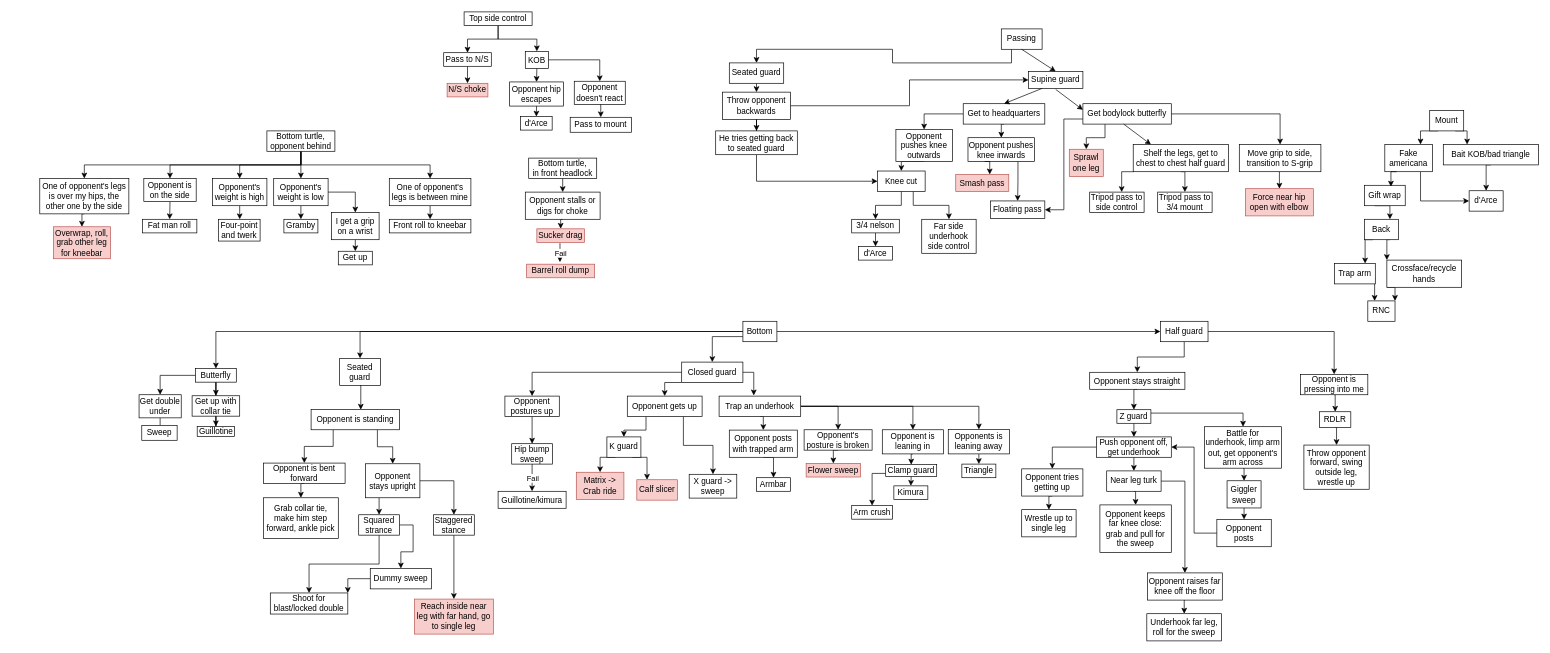
Earlier version of the draw.io diagram JJB.drawio (Bertrand31/BJJ-flowchart). Source tidied: cells renumbered, new cells numbered last; positions are measured from the earlier drawing's top-left corner, leaving out a move shared by most shapes. Both pictures are drawn from the tidied source at 68%, with x=0, y=0 at pixel (39, 12).
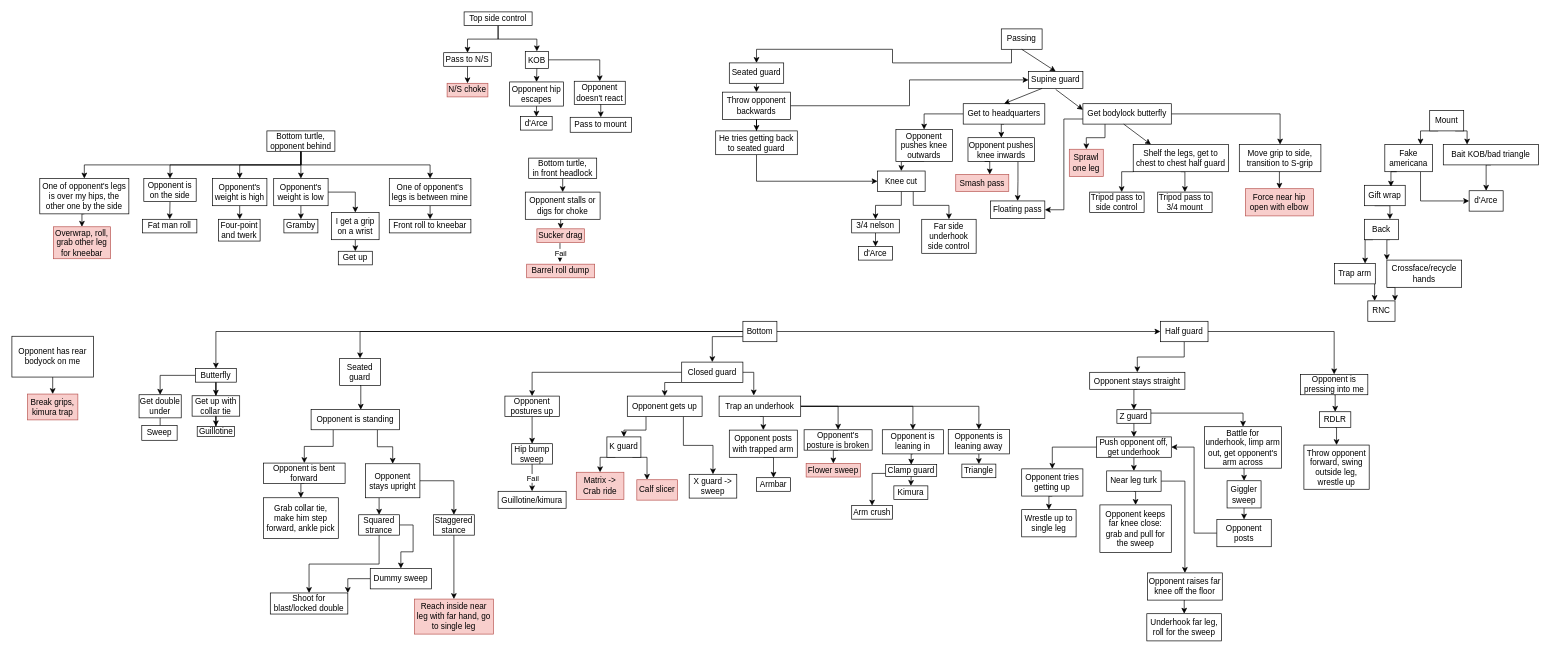
After the change.

Commit message:
Add rear bodylock

Diff of the diagram source:
```diff
@@
+    <mxCell id="219" style="edgeStyle=orthogonalEdgeStyle;rounded=0;jettySize=auto;html=1;exitX=0.5;exitY=1;exitDx=0;exitDy=0;entryX=0.5;entryY=0;entryDx=0;entryDy=0;" parent="1" edge="1" source="220" target="221">
+      <mxGeometry relative="1" as="geometry" />
+    </mxCell>
+    <mxCell id="220" value="Opponent has rear bodyock on me" style="whiteSpace=wrap;html=1;" parent="1" vertex="1">
+      <mxGeometry x="-41" y="477" width="120" height="60" as="geometry" />
+    </mxCell>
+    <mxCell id="221" value="Break grips, kimura trap" style="whiteSpace=wrap;html=1;fillColor=#f8cecc;strokeColor=#b85450;" parent="1" vertex="1">
+      <mxGeometry x="-18" y="562" width="74" height="38" as="geometry" />
+    </mxCell>
```
